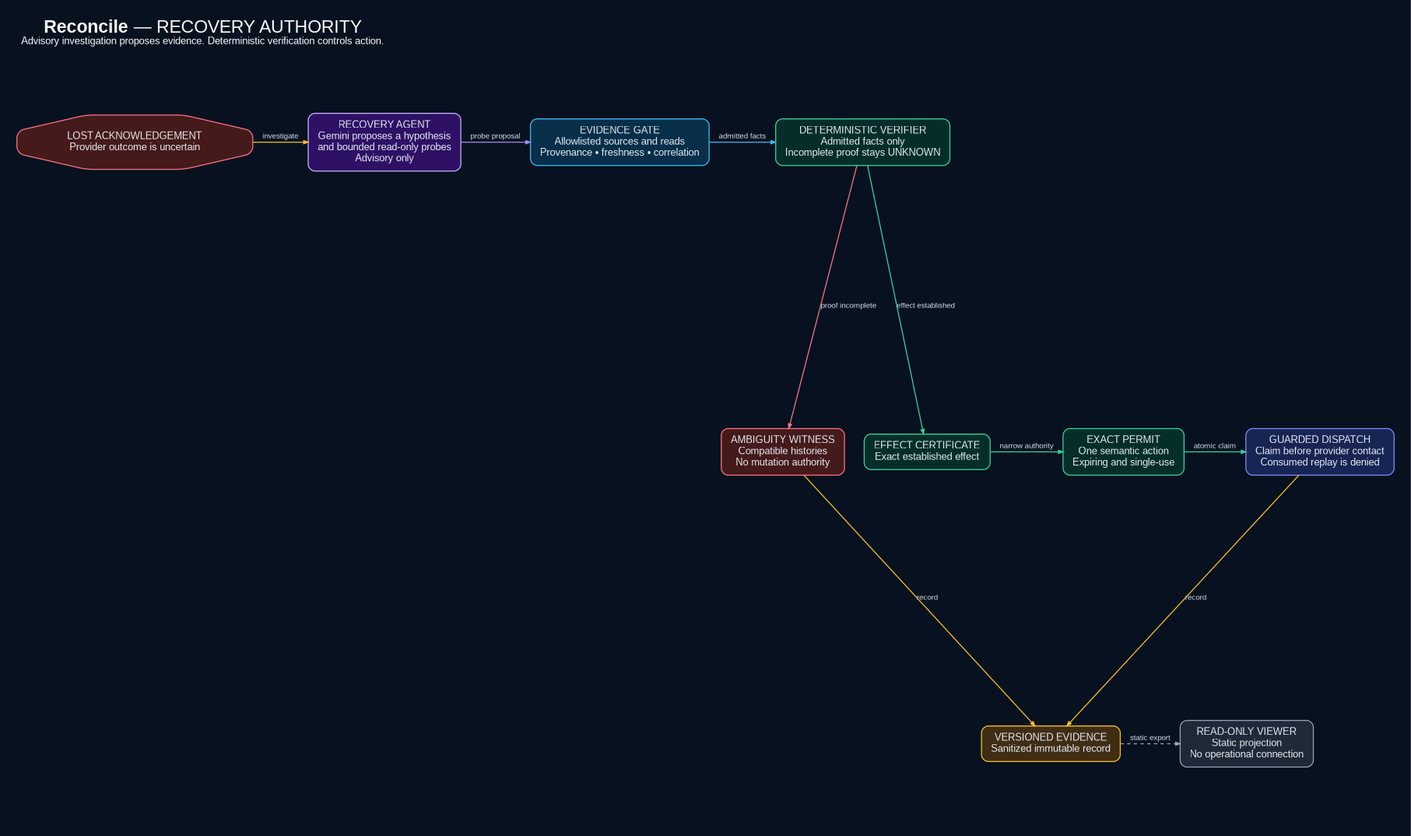
Earlier version of the Graphviz export docs/architecture.png (OCHOLA-EDDYPHIL/reconcile). Its source is kept beside it as docs/architecture.dot.
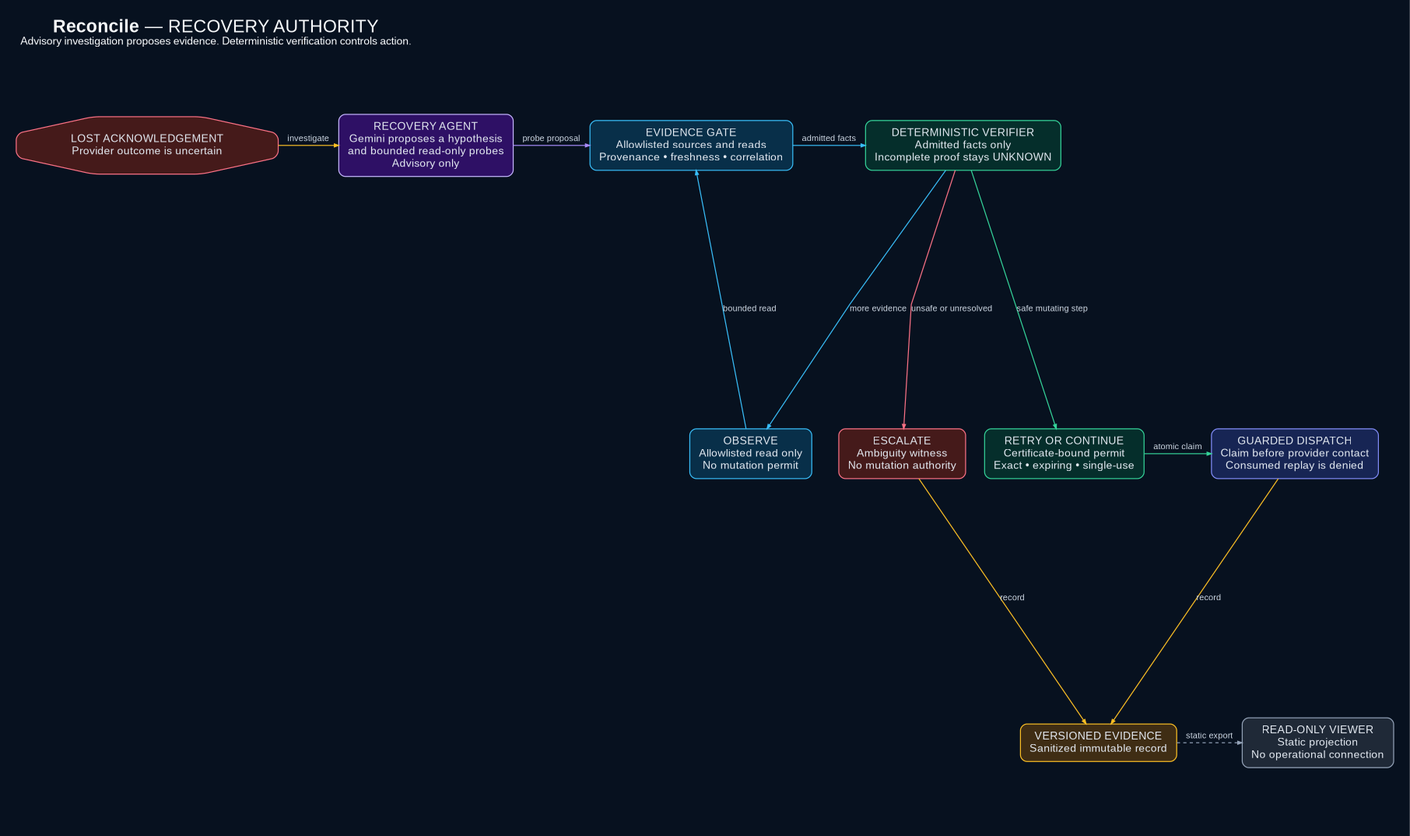
The same file after the commit.

Diff of the diagram source:
```diff
@@ -2,7 +2,7 @@
   graph [
     bgcolor="#07111f",
     fontname="Liberation Sans",
-    label=<<FONT POINT-SIZE="32"><B>Reconcile</B> — RECOVERY AUTHORITY</FONT><BR/><FONT POINT-SIZE="18">Advisory investigation proposes evidence. Deterministic verification controls action.</FONT>>,
+    label=<<FONT POINT-SIZE="34"><B>Reconcile</B> — RECOVERY AUTHORITY</FONT><BR/><FONT POINT-SIZE="20">Advisory investigation proposes evidence. Deterministic verification controls action.</FONT>>,
     labelloc="t",
     labeljust="l",
     fontcolor="#f8fafc",
@@ -19,7 +19,7 @@
     shape=box,
     style="rounded,filled",
     fontname="Liberation Sans",
-    fontsize=18,
+    fontsize=21,
     fontcolor="#e2e8f0",
     color="#475569",
     fillcolor="#111c2e",
@@ -28,7 +28,7 @@
   ];
   edge [
     fontname="Liberation Sans",
-    fontsize=14,
+    fontsize=16,
     fontcolor="#cbd5e1",
     color="#64748b",
     arrowsize=0.82,
@@ -56,18 +56,18 @@
     fillcolor="#052e2b",
     color="#34d399"
   ];
-  ambiguity [
-    label="AMBIGUITY WITNESS\nCompatible histories\nNo mutation authority",
+  observe [
+    label="OBSERVE\nAllowlisted read only\nNo mutation permit",
+    fillcolor="#082f49",
+    color="#38bdf8"
+  ];
+  escalate [
+    label="ESCALATE\nAmbiguity witness\nNo mutation authority",
     fillcolor="#451a1a",
     color="#fb7185"
   ];
-  certificate [
-    label="EFFECT CERTIFICATE\nExact established effect",
-    fillcolor="#052e2b",
-    color="#34d399"
-  ];
   permit [
-    label="EXACT PERMIT\nOne semantic action\nExpiring and single-use",
+    label="RETRY OR CONTINUE\nCertificate-bound permit\nExact • expiring • single-use",
     fillcolor="#052e2b",
     color="#34d399"
   ];
@@ -88,17 +88,18 @@
   ];
 
   { rank=same; fault; advisory; evidence; verifier; }
-  { rank=same; ambiguity; certificate; permit; dispatch; }
+  { rank=same; observe; escalate; permit; dispatch; }
   { rank=same; record; viewer; }
 
   fault -> advisory [label="investigate", color="#fbbf24"];
   advisory -> evidence [label="probe proposal", color="#a78bfa"];
   evidence -> verifier [label="admitted facts", color="#38bdf8"];
-  verifier -> ambiguity [label="proof incomplete", color="#fb7185"];
-  verifier -> certificate [label="effect established", color="#34d399"];
-  certificate -> permit [label="narrow authority", color="#34d399"];
+  verifier -> observe [label="more evidence", color="#38bdf8"];
+  observe -> evidence [label="bounded read", color="#38bdf8"];
+  verifier -> escalate [label="unsafe or unresolved", color="#fb7185"];
+  verifier -> permit [label="safe mutating step", color="#34d399"];
   permit -> dispatch [label="atomic claim", color="#34d399"];
-  ambiguity -> record [label="record", color="#fbbf24"];
+  escalate -> record [label="record", color="#fbbf24"];
   dispatch -> record [label="record", color="#fbbf24"];
   record -> viewer [label="static export", style=dashed, color="#94a3b8"];
 }
```
